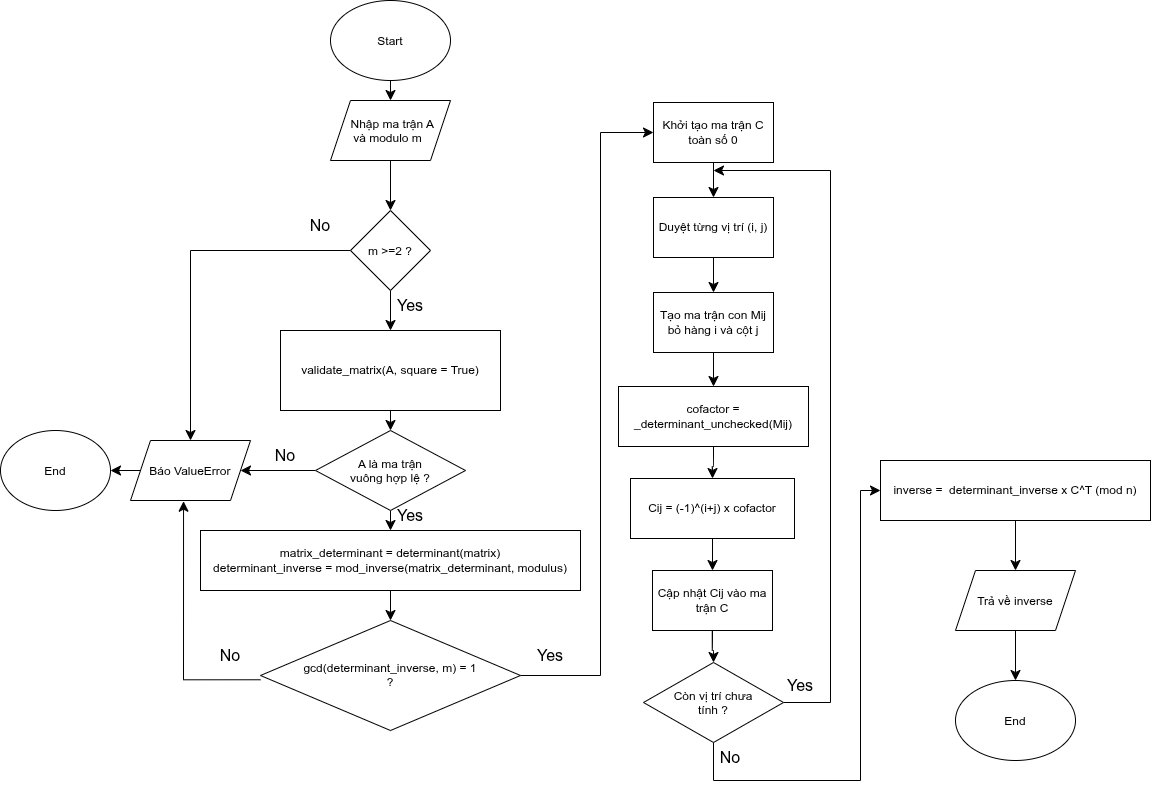
Before: assets/inverse_matrix.png, a diagram exported from draw.io (quanghung4dhh/LTMM_Project). Source tidied: cells renumbered, new cells last; positions are measured from the earlier drawing's top-left corner, leaving out a move shared by most shapes.
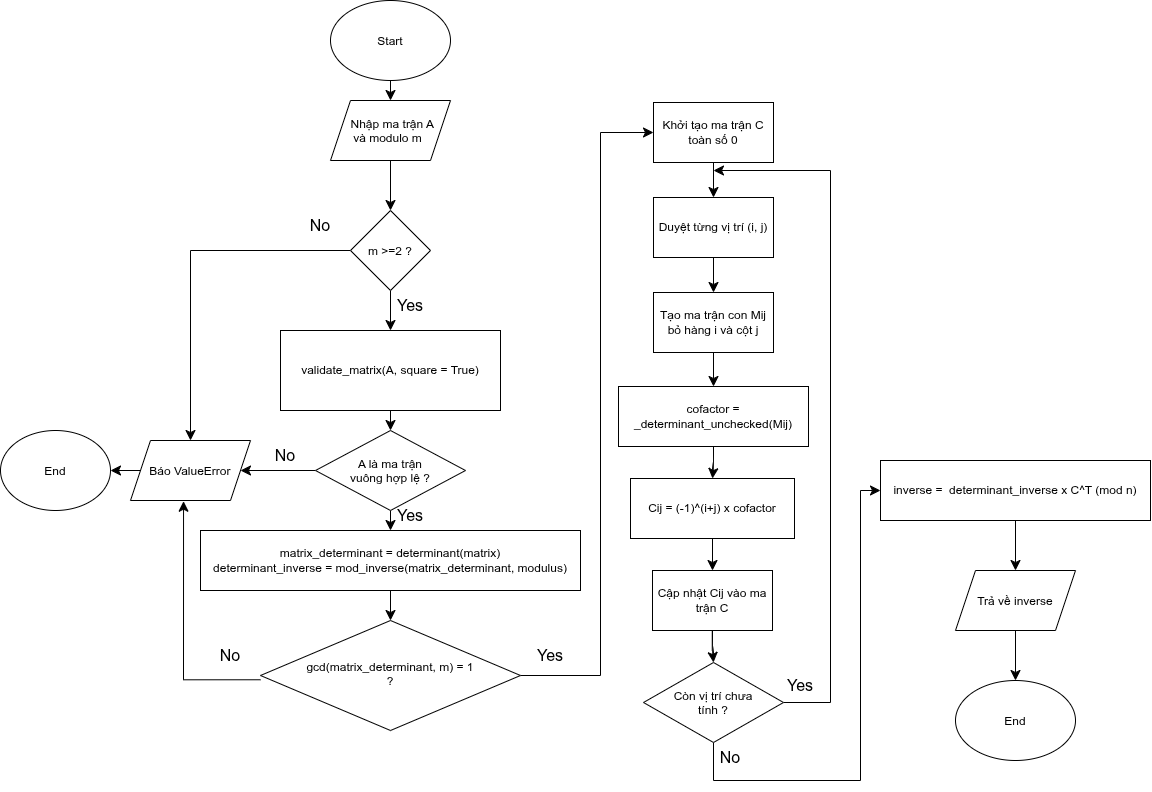
The same file after the commit.

Change to the diagram source:
```diff
@@ -58,7 +58,7 @@
         </Array>
       </mxGeometry>
     </mxCell>
-    <mxCell id="19" value="gcd(&lt;span style=&quot;background-color: transparent; color: light-dark(#000000, var(--ge-light-color, #ffffff));&quot;&gt;determinant_inverse, m&lt;/span&gt;&lt;span style=&quot;text-decoration-line: inherit; background-color: transparent; color: light-dark(#000000, var(--ge-light-color, #ffffff));&quot;&gt;) = 1 ?&lt;/span&gt;" style="rhombus;whiteSpace=wrap;html=1;shapeInside=1;" parent="1" vertex="1">
+    <mxCell id="19" value="gcd(matrix_determinant&lt;span style=&quot;background-color: transparent; color: light-dark(#000000, var(--ge-light-color, #ffffff));&quot;&gt;, m&lt;/span&gt;&lt;span style=&quot;text-decoration-line: inherit; background-color: transparent; color: light-dark(#000000, var(--ge-light-color, #ffffff));&quot;&gt;) = 1 ?&lt;/span&gt;" style="rhombus;whiteSpace=wrap;html=1;shapeInside=1;" parent="1" vertex="1">
       <mxGeometry x="260" y="620" width="260" height="110" as="geometry" />
     </mxCell>
     <mxCell id="20" style="edgeStyle=orthogonalEdgeStyle;curved=1;rounded=0;curveGeometry=1;jettySize=auto;html=1;fontSize=12;defaultLabelBackgroundColor=page;startSize=8;endSize=8;" parent="1" edge="1" source="21" target="23">
```
